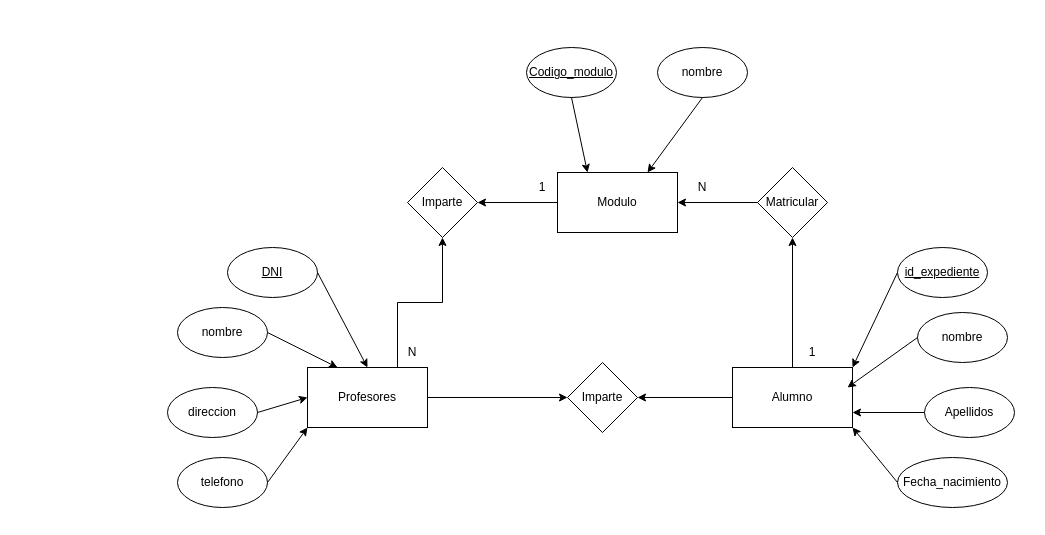
Before: 09/07/2024 pratica 3.drawio in ZzjuanzZ12/Diagramas, a draw.io diagram. Source tidied: cells renumbered, new cells numbered last; positions are measured from the earlier drawing's top-left corner, leaving out a move shared by most shapes. Both pictures are drawn from the tidied source at 100%, with x=0, y=0 at pixel (167, 47).
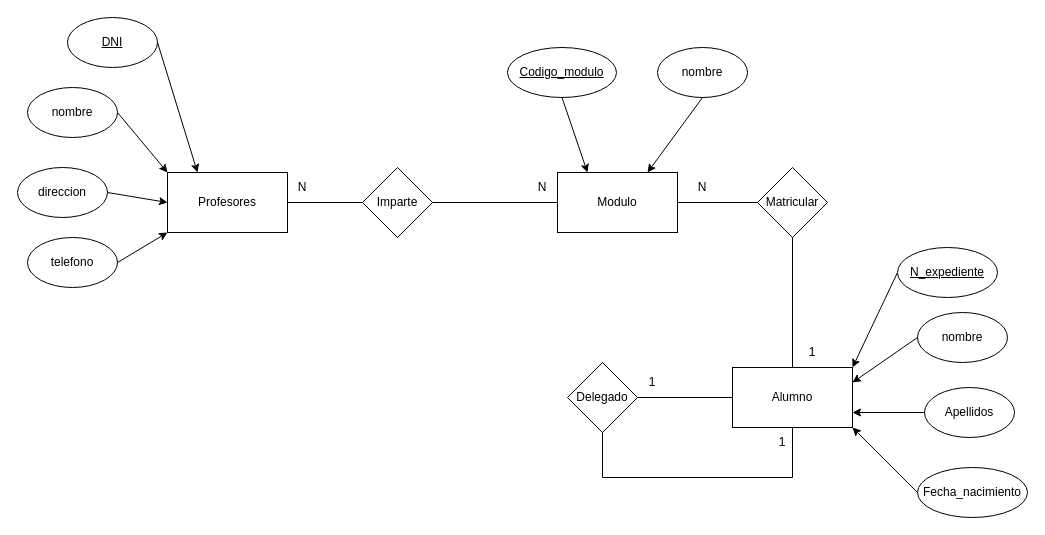
After the change.

The change refers to these unchanged cells:
```xml
<mxCell id="5" value="Modulo" style="rounded=0;whiteSpace=wrap;html=1;strokeColor=default;align=center;verticalAlign=middle;fontFamily=Helvetica;fontSize=12;fontColor=default;fillColor=default;" parent="1" vertex="1">
  <mxGeometry x="390" y="125" width="120" height="60" as="geometry" />
</mxCell>
<mxCell id="8" value="Alumno" style="rounded=0;whiteSpace=wrap;html=1;strokeColor=default;align=center;verticalAlign=middle;fontFamily=Helvetica;fontSize=12;fontColor=default;fillColor=default;" parent="1" vertex="1">
  <mxGeometry x="565" y="320" width="120" height="60" as="geometry" />
</mxCell>
<mxCell id="26" value="Matricular" style="rhombus;whiteSpace=wrap;html=1;" parent="1" vertex="1">
  <mxGeometry x="590" y="120" width="70" height="70" as="geometry" />
</mxCell>
<mxCell id="29" value="nombre" style="ellipse;whiteSpace=wrap;html=1;" parent="1" vertex="1">
  <mxGeometry x="750" y="265" width="90" height="50" as="geometry" />
</mxCell>
```

The edit, as a diff of the source:
```diff
@@
-    <mxCell id="2" style="edgeStyle=orthogonalEdgeStyle;rounded=0;jettySize=auto;html=1;entryX=0.5;entryY=1;entryDx=0;entryDy=0;exitX=0.75;exitY=0;exitDx=0;exitDy=0;" parent="1" edge="1" source="4" target="17">
-      <mxGeometry relative="1" as="geometry" />
-    </mxCell>
-    <mxCell id="3" style="edgeStyle=orthogonalEdgeStyle;rounded=0;jettySize=auto;html=1;entryX=0;entryY=0.5;entryDx=0;entryDy=0;" parent="1" edge="1" source="4" target="37">
-      <mxGeometry relative="1" as="geometry" />
-    </mxCell>
     <mxCell id="4" value="Profesores" style="rounded=0;whiteSpace=wrap;html=1;strokeColor=default;align=center;verticalAlign=middle;fontFamily=Helvetica;fontSize=12;fontColor=default;fillColor=default;" parent="1" vertex="1">
-      <mxGeometry x="140" y="320" width="120" height="60" as="geometry" />
+      <mxGeometry y="125" width="120" height="60" as="geometry" />
     </mxCell>
@@
-    <mxCell id="6" style="edgeStyle=orthogonalEdgeStyle;rounded=0;jettySize=auto;html=1;entryX=0.5;entryY=1;entryDx=0;entryDy=0;" parent="1" edge="1" source="8" target="26">
-      <mxGeometry relative="1" as="geometry" />
-    </mxCell>
-    <mxCell id="7" style="edgeStyle=orthogonalEdgeStyle;rounded=0;jettySize=auto;html=1;entryX=1;entryY=0.5;entryDx=0;entryDy=0;" parent="1" edge="1" source="8" target="37">
-      <mxGeometry relative="1" as="geometry" />
-    </mxCell>
@@
     <mxCell id="9" value="&lt;u&gt;DNI&lt;/u&gt;" style="ellipse;whiteSpace=wrap;html=1;" parent="1" vertex="1">
-      <mxGeometry x="60" y="200" width="90" height="50" as="geometry" />
+      <mxGeometry x="-100" y="-30" width="90" height="50" as="geometry" />
     </mxCell>
     <mxCell id="10" value="nombre" style="ellipse;whiteSpace=wrap;html=1;" parent="1" vertex="1">
-      <mxGeometry x="10" y="260" width="90" height="50" as="geometry" />
+      <mxGeometry x="-140" y="40" width="90" height="50" as="geometry" />
     </mxCell>
     <mxCell id="11" value="direccion" style="ellipse;whiteSpace=wrap;html=1;" parent="1" vertex="1">
-      <mxGeometry y="340" width="90" height="50" as="geometry" />
+      <mxGeometry x="-150" y="120" width="90" height="50" as="geometry" />
     </mxCell>
     <mxCell id="12" value="telefono" style="ellipse;whiteSpace=wrap;html=1;" parent="1" vertex="1">
-      <mxGeometry x="10" y="410" width="90" height="50" as="geometry" />
+      <mxGeometry x="-140" y="190" width="90" height="50" as="geometry" />
     </mxCell>
-    <mxCell id="13" style="endArrow=classic;html=1;rounded=0;exitX=1;exitY=0.5;exitDx=0;exitDy=0;entryX=0.5;entryY=0;entryDx=0;entryDy=0;" parent="1" edge="1" source="9" target="4">
+    <mxCell id="13" style="endArrow=classic;html=1;rounded=0;exitX=1;exitY=0.5;exitDx=0;exitDy=0;entryX=0.25;entryY=0;entryDx=0;entryDy=0;" parent="1" edge="1" source="9" target="4">
       <mxGeometry relative="1" as="geometry" />
     </mxCell>
-    <mxCell id="14" style="endArrow=classic;html=1;rounded=0;exitX=1;exitY=0.5;exitDx=0;exitDy=0;entryX=0.25;entryY=0;entryDx=0;entryDy=0;" parent="1" edge="1" source="10" target="4">
+    <mxCell id="14" style="endArrow=classic;html=1;rounded=0;exitX=1;exitY=0.5;exitDx=0;exitDy=0;entryX=0;entryY=0;entryDx=0;entryDy=0;" parent="1" edge="1" source="10" target="4">
       <mxGeometry relative="1" as="geometry" />
     </mxCell>
@@
     <mxCell id="17" value="Imparte" style="rhombus;whiteSpace=wrap;html=1;" parent="1" vertex="1">
-      <mxGeometry x="240" y="120" width="70" height="70" as="geometry" />
+      <mxGeometry x="195" y="120" width="70" height="70" as="geometry" />
     </mxCell>
-    <mxCell id="18" style="edgeStyle=orthogonalEdgeStyle;rounded=0;jettySize=auto;html=1;entryX=1;entryY=0.5;entryDx=0;entryDy=0;exitX=0;exitY=0.5;exitDx=0;exitDy=0;" parent="1" edge="1" source="5" target="17">
-      <mxGeometry relative="1" as="geometry" />
-    </mxCell>
     <mxCell id="19" value="&lt;u&gt;Codigo_modulo&lt;/u&gt;" style="ellipse;whiteSpace=wrap;html=1;" parent="1" vertex="1">
-      <mxGeometry x="359" width="90" height="50" as="geometry" />
+      <mxGeometry x="340" width="109" height="50" as="geometry" />
     </mxCell>
@@
     <mxCell id="23" value="N" style="text;html=1;align=center;verticalAlign=middle;whiteSpace=wrap;rounded=0;" parent="1" vertex="1">
-      <mxGeometry x="230" y="290" width="30" height="30" as="geometry" />
+      <mxGeometry x="120" y="125" width="30" height="30" as="geometry" />
     </mxCell>
-    <mxCell id="24" value="1" style="text;html=1;align=center;verticalAlign=middle;whiteSpace=wrap;rounded=0;" parent="1" vertex="1">
+    <mxCell id="24" value="N" style="text;html=1;align=center;verticalAlign=middle;whiteSpace=wrap;rounded=0;" parent="1" vertex="1">
       <mxGeometry x="360" y="125" width="30" height="30" as="geometry" />
     </mxCell>
-    <mxCell id="25" style="edgeStyle=orthogonalEdgeStyle;rounded=0;jettySize=auto;html=1;entryX=1;entryY=0.5;entryDx=0;entryDy=0;" parent="1" edge="1" source="26" target="5">
-      <mxGeometry relative="1" as="geometry" />
-    </mxCell>
@@
     <mxCell id="31" value="Fecha_nacimiento" style="ellipse;whiteSpace=wrap;html=1;" parent="1" vertex="1">
-      <mxGeometry x="730" y="410" width="110" height="50" as="geometry" />
+      <mxGeometry x="750" y="420" width="110" height="50" as="geometry" />
     </mxCell>
@@
-    <mxCell id="33" value="&lt;u&gt;id_expediente&lt;/u&gt;" style="ellipse;whiteSpace=wrap;html=1;" parent="1" vertex="1">
-      <mxGeometry x="730" y="200" width="90" height="50" as="geometry" />
+    <mxCell id="33" value="&lt;u&gt;N_expediente&lt;/u&gt;" style="ellipse;whiteSpace=wrap;html=1;" parent="1" vertex="1">
+      <mxGeometry x="730" y="200" width="100" height="50" as="geometry" />
     </mxCell>
-    <mxCell id="34" style="endArrow=classic;html=1;rounded=0;exitX=0;exitY=0.5;exitDx=0;exitDy=0;" parent="1" edge="1" source="29">
-      <mxGeometry relative="1" as="geometry">
-        <mxPoint x="680" y="340" as="targetPoint" />
-      </mxGeometry>
+    <mxCell id="34" style="endArrow=classic;html=1;rounded=0;exitX=0;exitY=0.5;exitDx=0;exitDy=0;entryX=1;entryY=0.25;entryDx=0;entryDy=0;" parent="1" edge="1" source="29" target="8">
+      <mxGeometry relative="1" as="geometry" />
     </mxCell>
@@
-    <mxCell id="37" value="Imparte" style="rhombus;whiteSpace=wrap;html=1;" parent="1" vertex="1">
+    <mxCell id="37" value="Delegado" style="rhombus;whiteSpace=wrap;html=1;" parent="1" vertex="1">
       <mxGeometry x="400" y="315" width="70" height="70" as="geometry" />
     </mxCell>
+    <mxCell id="38" value="1" style="text;html=1;align=center;verticalAlign=middle;whiteSpace=wrap;rounded=0;" parent="1" vertex="1">
+      <mxGeometry x="470" y="320" width="30" height="30" as="geometry" />
+    </mxCell>
+    <mxCell id="39" value="1" style="text;html=1;align=center;verticalAlign=middle;whiteSpace=wrap;rounded=0;" parent="1" vertex="1">
+      <mxGeometry x="600" y="380" width="30" height="30" as="geometry" />
+    </mxCell>
+    <mxCell id="2" style="endArrow=none;html=1;rounded=0;exitX=1;exitY=0.5;exitDx=0;exitDy=0;entryX=0;entryY=0.5;entryDx=0;entryDy=0;edgeStyle=orthogonalEdgeStyle;" parent="1" edge="1" source="4" target="17">
+      <mxGeometry relative="1" as="geometry" />
+    </mxCell>
+    <mxCell id="18" style="endArrow=none;html=1;rounded=0;exitX=0;exitY=0.5;exitDx=0;exitDy=0;entryX=1;entryY=0.5;entryDx=0;entryDy=0;" parent="1" edge="1" source="5" target="17">
+      <mxGeometry relative="1" as="geometry" />
+    </mxCell>
+    <mxCell id="25" style="endArrow=none;html=1;rounded=0;exitX=0;exitY=0.5;exitDx=0;exitDy=0;entryX=1;entryY=0.5;entryDx=0;entryDy=0;" parent="1" edge="1" source="26" target="5">
+      <mxGeometry relative="1" as="geometry" />
+    </mxCell>
+    <mxCell id="40" style="endArrow=none;html=1;rounded=0;exitX=0.5;exitY=1;exitDx=0;exitDy=0;entryX=0.5;entryY=0;entryDx=0;entryDy=0;" parent="1" edge="1" source="26" target="8">
+      <mxGeometry relative="1" as="geometry" />
+    </mxCell>
+    <mxCell id="41" style="endArrow=none;html=1;rounded=0;exitX=0;exitY=0.5;exitDx=0;exitDy=0;entryX=1;entryY=0.5;entryDx=0;entryDy=0;" parent="1" edge="1" source="8" target="37">
+      <mxGeometry relative="1" as="geometry" />
+    </mxCell>
+    <mxCell id="42" style="endArrow=none;html=1;rounded=0;entryX=0.5;entryY=1;entryDx=0;entryDy=0;exitX=0.5;exitY=1;exitDx=0;exitDy=0;edgeStyle=orthogonalEdgeStyle;" parent="1" edge="1" source="8" target="37">
+      <mxGeometry relative="1" as="geometry">
+        <Array as="points">
+          <mxPoint x="625" y="430" />
+          <mxPoint x="435" y="430" />
+        </Array>
+      </mxGeometry>
+    </mxCell>
```
